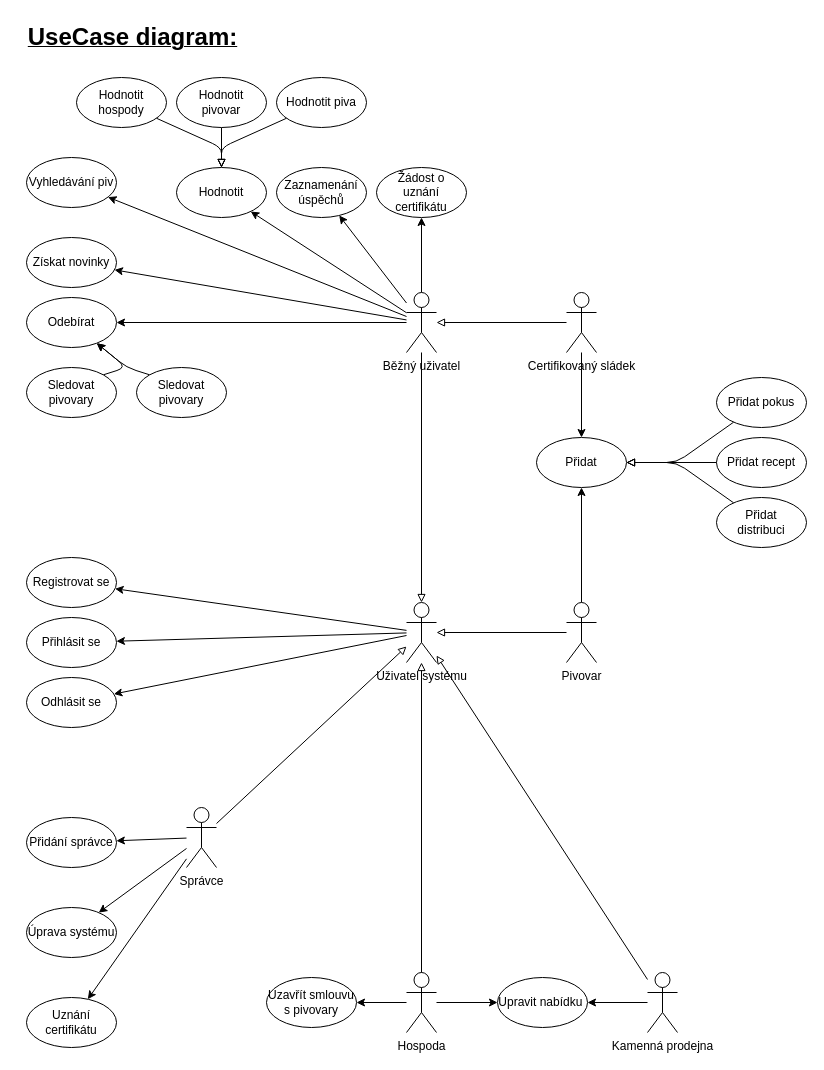
Above: IUS/IUS_projekt/UseCase.drawio in dan1235689/Diagrams (draw.io), before the change. Source tidied: cells renumbered, new cells numbered last; positions are measured from the earlier drawing's top-left corner, leaving out a move shared by most shapes. Both pictures are drawn from the tidied source at 100%, with x=0, y=0 at pixel (17, 17).
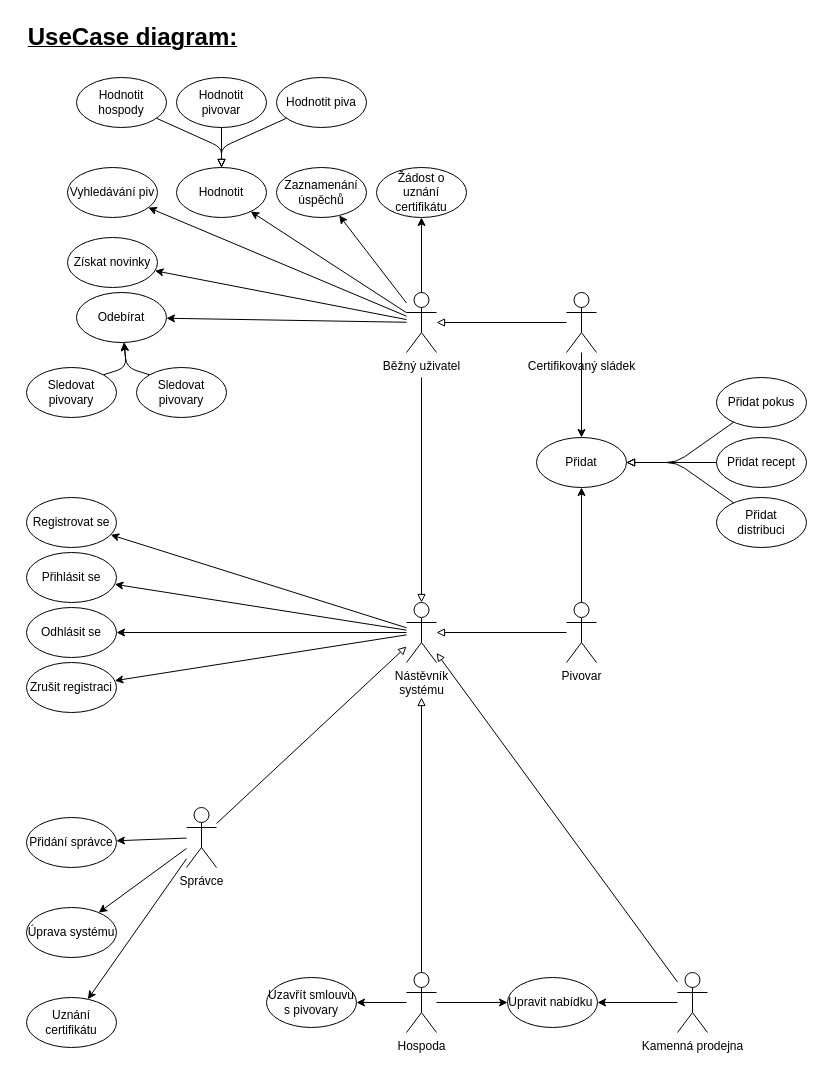
The same diagram, later.

The change refers to these unchanged cells:
```xml
<mxCell id="8" value="Běžný uživatel" style="shape=umlActor;verticalLabelPosition=bottom;verticalAlign=top;html=1;outlineConnect=0;" parent="1" vertex="1">
  <mxGeometry x="389" y="275" width="30" height="60" as="geometry" />
</mxCell>
<mxCell id="26" value="Hospoda" style="shape=umlActor;verticalLabelPosition=bottom;verticalAlign=top;html=1;outlineConnect=0;" parent="1" vertex="1">
  <mxGeometry x="389" y="955" width="30" height="60" as="geometry" />
</mxCell>
```

Diff of the diagram source:
```diff
@@
     <mxCell id="11" value="Vyhledávání piv" style="ellipse;whiteSpace=wrap;html=1;" parent="1" vertex="1">
-      <mxGeometry x="9" y="140" width="90" height="50" as="geometry" />
+      <mxGeometry x="50" y="150" width="90" height="50" as="geometry" />
     </mxCell>
@@
     <mxCell id="13" value="Odebírat" style="ellipse;whiteSpace=wrap;html=1;" parent="1" vertex="1">
-      <mxGeometry x="9" y="280" width="90" height="50" as="geometry" />
+      <mxGeometry x="59" y="275" width="90" height="50" as="geometry" />
     </mxCell>
     <mxCell id="14" value="Získat novinky" style="ellipse;whiteSpace=wrap;html=1;" parent="1" vertex="1">
-      <mxGeometry x="9" y="220" width="90" height="50" as="geometry" />
+      <mxGeometry x="50" y="220" width="90" height="50" as="geometry" />
     </mxCell>
@@
+    <mxCell id="64" style="rounded=0;jettySize=auto;html=1;" parent="1" edge="1" source="35" target="65">
+      <mxGeometry relative="1" as="geometry" />
+    </mxCell>
-    <mxCell id="35" value="Uživatel systému" style="shape=umlActor;verticalLabelPosition=bottom;verticalAlign=top;html=1;" parent="1" vertex="1">
+    <mxCell id="35" value="Nástěvník&lt;br/&gt;systému" style="shape=umlActor;verticalLabelPosition=bottom;verticalAlign=top;html=1;" parent="1" vertex="1">
       <mxGeometry x="389" y="585" width="30" height="60" as="geometry" />
     </mxCell>
-    <mxCell id="36" style="edgeStyle=none;html=1;endArrow=block;endFill=0;" parent="1" edge="1" source="8" target="35">
-      <mxGeometry relative="1" as="geometry" />
+    <mxCell id="36" style="edgeStyle=none;html=1;endArrow=block;endFill=0;" parent="1" edge="1" target="35">
+      <mxGeometry relative="1" as="geometry">
+        <mxPoint x="404" y="360" as="sourcePoint" />
+      </mxGeometry>
     </mxCell>
-    <mxCell id="37" style="edgeStyle=none;html=1;endArrow=block;endFill=0;" parent="1" edge="1" source="26" target="35">
-      <mxGeometry relative="1" as="geometry" />
+    <mxCell id="37" style="edgeStyle=none;html=1;endArrow=block;endFill=0;" parent="1" edge="1" source="26">
+      <mxGeometry relative="1" as="geometry">
+        <mxPoint x="404" y="680" as="targetPoint" />
+      </mxGeometry>
     </mxCell>
@@
     <mxCell id="39" value="Registrovat se" style="ellipse;whiteSpace=wrap;html=1;" parent="1" vertex="1">
-      <mxGeometry x="9" y="540" width="90" height="50" as="geometry" />
+      <mxGeometry x="9" y="480" width="90" height="50" as="geometry" />
     </mxCell>
     <mxCell id="40" value="Přihlásit se" style="ellipse;whiteSpace=wrap;html=1;" parent="1" vertex="1">
-      <mxGeometry x="9" y="600" width="90" height="50" as="geometry" />
+      <mxGeometry x="9" y="535" width="90" height="50" as="geometry" />
     </mxCell>
@@
     <mxCell id="50" value="Odhlásit se" style="ellipse;whiteSpace=wrap;html=1;" parent="1" vertex="1">
-      <mxGeometry x="9" y="660" width="90" height="50" as="geometry" />
+      <mxGeometry x="9" y="590" width="90" height="50" as="geometry" />
     </mxCell>
@@
     <mxCell id="62" value="Kamenná prodejna" style="shape=umlActor;verticalLabelPosition=bottom;verticalAlign=top;html=1;outlineConnect=0;" parent="1" vertex="1">
-      <mxGeometry x="630" y="955" width="30" height="60" as="geometry" />
+      <mxGeometry x="660" y="955" width="30" height="60" as="geometry" />
     </mxCell>
     <mxCell id="63" value="Upravit nabídku&amp;nbsp;" style="ellipse;whiteSpace=wrap;html=1;" parent="1" vertex="1">
-      <mxGeometry x="480" y="960" width="90" height="50" as="geometry" />
+      <mxGeometry x="490" y="960" width="90" height="50" as="geometry" />
     </mxCell>
+    <mxCell id="65" value="Zrušit registraci" style="ellipse;whiteSpace=wrap;html=1;" parent="1" vertex="1">
+      <mxGeometry x="9" y="645" width="90" height="50" as="geometry" />
+    </mxCell>
```
